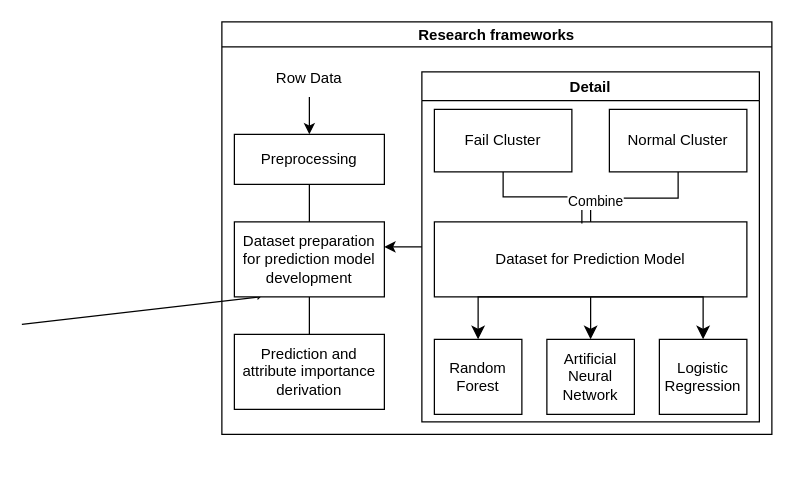
The draw.io diagram 제목 없는 다이어그램.drawio in likelion-hakerton-11th/back_end, before the edit. Source tidied: cells renumbered, new cells numbered last; positions are measured from the earlier drawing's top-left corner, leaving out a move shared by most shapes. Both pictures are drawn from the tidied source at 125%, with x=0, y=0 at pixel (21, 21).
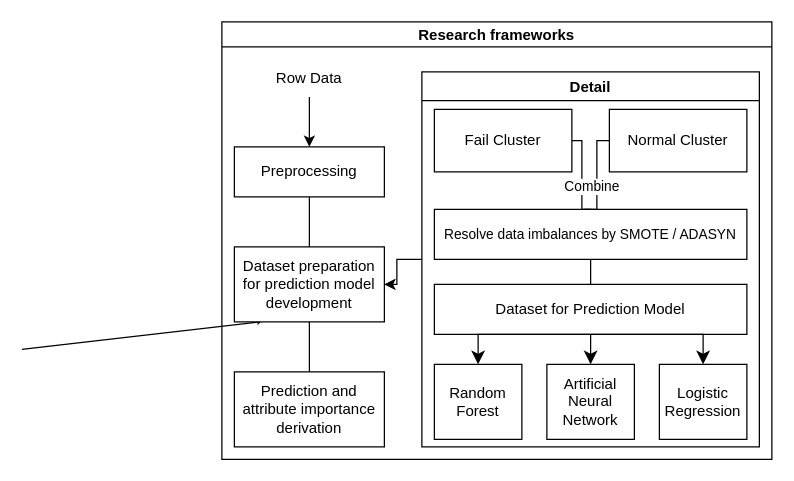
Above is the later version.

Commit message:
종합설계1_Research Framework

The change refers to these unchanged cells:
```xml
<mxCell id="15" value="Fail Cluster" style="whiteSpace=wrap;html=1;align=center;newEdgeStyle={&quot;edgeStyle&quot;:&quot;elbowEdgeStyle&quot;,&quot;startArrow&quot;:&quot;none&quot;,&quot;endArrow&quot;:&quot;none&quot;};" parent="13" vertex="1">
  <mxGeometry x="10" y="30" width="110" height="50" as="geometry" />
</mxCell>
<mxCell id="16" value="Normal Cluster" style="whiteSpace=wrap;html=1;align=center;newEdgeStyle={&quot;edgeStyle&quot;:&quot;elbowEdgeStyle&quot;,&quot;startArrow&quot;:&quot;none&quot;,&quot;endArrow&quot;:&quot;none&quot;};" parent="13" vertex="1">
  <mxGeometry x="150" y="30" width="110" height="50" as="geometry" />
</mxCell>
```

The edit, as a diff of the source:
```diff
@@
     <mxCell id="2" style="endArrow=none;html=1;rounded=0;entryX=0.225;entryY=-0.192;entryDx=0;entryDy=0;entryPerimeter=0;" parent="1" edge="1">
       <mxGeometry relative="1" as="geometry">
-        <mxPoint x="188.5" y="222" as="sourcePoint" />
-        <mxPoint x="240" y="170" as="targetPoint" />
+        <mxPoint x="188.5" y="242" as="sourcePoint" />
+        <mxPoint x="240" y="190" as="targetPoint" />
       </mxGeometry>
     </mxCell>
     <mxCell id="3" style="endArrow=none;html=1;rounded=0;entryX=0.875;entryY=1.063;entryDx=0;entryDy=0;entryPerimeter=0;" parent="1" edge="1">
       <mxGeometry relative="1" as="geometry">
-        <mxPoint x="190" y="220" as="sourcePoint" />
-        <mxPoint y="242" as="targetPoint" />
+        <mxPoint x="190" y="240" as="sourcePoint" />
+        <mxPoint y="262" as="targetPoint" />
       </mxGeometry>
     </mxCell>
     <mxCell id="4" value="Research frameworks" style="swimlane;startSize=20;horizontal=1;containerType=tree;" parent="1" vertex="1">
-      <mxGeometry x="160" width="440" height="330" as="geometry" />
+      <mxGeometry x="160" width="440" height="350" as="geometry" />
     </mxCell>
@@
     <mxCell id="6" value="Preprocessing" style="whiteSpace=wrap;html=1;newEdgeStyle={&quot;edgeStyle&quot;:&quot;elbowEdgeStyle&quot;,&quot;startArrow&quot;:&quot;none&quot;,&quot;endArrow&quot;:&quot;none&quot;};" parent="4" vertex="1">
-      <mxGeometry x="10" y="90" width="120" height="40" as="geometry" />
+      <mxGeometry x="10" y="100" width="120" height="40" as="geometry" />
     </mxCell>
@@
     <mxCell id="8" value="Dataset preparation for prediction model development" style="whiteSpace=wrap;html=1;newEdgeStyle={&quot;edgeStyle&quot;:&quot;elbowEdgeStyle&quot;,&quot;startArrow&quot;:&quot;none&quot;,&quot;endArrow&quot;:&quot;none&quot;};" parent="4" vertex="1">
-      <mxGeometry x="10" y="160" width="120" height="60" as="geometry" />
+      <mxGeometry x="10" y="180" width="120" height="60" as="geometry" />
     </mxCell>
     <mxCell id="9" value="Prediction and attribute importance derivation" style="whiteSpace=wrap;html=1;newEdgeStyle={&quot;edgeStyle&quot;:&quot;elbowEdgeStyle&quot;,&quot;startArrow&quot;:&quot;none&quot;,&quot;endArrow&quot;:&quot;none&quot;};" parent="4" vertex="1">
-      <mxGeometry x="10" y="250" width="120" height="60" as="geometry" />
+      <mxGeometry x="10" y="280" width="120" height="60" as="geometry" />
     </mxCell>
@@
-    <mxCell id="12" style="edgeStyle=orthogonalEdgeStyle;rounded=0;jettySize=auto;html=1;" parent="4" edge="1" source="13">
-      <mxGeometry relative="1" as="geometry">
-        <mxPoint x="130" y="180" as="targetPoint" />
-      </mxGeometry>
+    <mxCell id="12" style="edgeStyle=orthogonalEdgeStyle;rounded=0;jettySize=auto;html=1;entryX=1;entryY=0.5;entryDx=0;entryDy=0;" parent="4" edge="1" source="13" target="8">
+      <mxGeometry relative="1" as="geometry" />
     </mxCell>
     <mxCell id="13" value="Detail" style="swimlane;" parent="4" vertex="1">
-      <mxGeometry x="160" y="40" width="270" height="280" as="geometry" />
+      <mxGeometry x="160" y="40" width="270" height="300" as="geometry" />
     </mxCell>
-    <mxCell id="14" style="edgeStyle=elbowEdgeStyle;rounded=0;jettySize=auto;html=1;startArrow=none;endArrow=none;entryX=0.5;entryY=0;entryDx=0;entryDy=0;elbow=vertical;" parent="13" edge="1" source="15" target="17">
-      <mxGeometry relative="1" as="geometry" />
-    </mxCell>
+    <mxCell id="26" style="edgeStyle=elbowEdgeStyle;rounded=0;jettySize=auto;html=1;startArrow=none;endArrow=none;entryX=0.5;entryY=0;entryDx=0;entryDy=0;" parent="13" edge="1" source="15" target="29">
+      <mxGeometry relative="1" as="geometry" />
+    </mxCell>
@@
+    <mxCell id="27" style="edgeStyle=elbowEdgeStyle;rounded=0;jettySize=auto;html=1;startArrow=none;endArrow=none;" parent="13" edge="1" source="16">
+      <mxGeometry relative="1" as="geometry">
+        <mxPoint x="130" y="110" as="targetPoint" />
+      </mxGeometry>
+    </mxCell>
+    <mxCell id="19" value="Combine" style="edgeLabel;html=1;align=center;verticalAlign=middle;" parent="27" vertex="1">
+      <mxGeometry x="0.4" y="-1" relative="1" as="geometry">
+        <mxPoint x="-4" y="-7" as="offset" />
+      </mxGeometry>
+    </mxCell>
@@
     <mxCell id="17" value="Dataset for Prediction Model" style="whiteSpace=wrap;html=1;align=center;newEdgeStyle={&quot;edgeStyle&quot;:&quot;elbowEdgeStyle&quot;,&quot;startArrow&quot;:&quot;none&quot;,&quot;endArrow&quot;:&quot;none&quot;};" parent="13" vertex="1">
-      <mxGeometry x="10" y="120" width="250" height="60" as="geometry" />
+      <mxGeometry x="10" y="170" width="250" height="40" as="geometry" />
     </mxCell>
-    <mxCell id="18" style="edgeStyle=elbowEdgeStyle;rounded=0;jettySize=auto;html=1;startArrow=none;endArrow=none;entryX=0.472;entryY=0.022;entryDx=0;entryDy=0;entryPerimeter=0;elbow=vertical;" parent="13" edge="1" source="16" target="17">
-      <mxGeometry relative="1" as="geometry" />
-    </mxCell>
-    <mxCell id="19" value="Combine" style="edgeLabel;html=1;align=center;verticalAlign=middle;" parent="18" vertex="1">
-      <mxGeometry x="0.48" y="2" relative="1" as="geometry" />
-    </mxCell>
     <mxCell id="20" value="Random Forest" style="whiteSpace=wrap;html=1;align=center;newEdgeStyle={&quot;edgeStyle&quot;:&quot;elbowEdgeStyle&quot;,&quot;startArrow&quot;:&quot;none&quot;,&quot;endArrow&quot;:&quot;none&quot;};" parent="13" vertex="1">
-      <mxGeometry x="10" y="214" width="70" height="60" as="geometry" />
+      <mxGeometry x="10" y="234" width="70" height="60" as="geometry" />
     </mxCell>
     <mxCell id="21" value="Artificial Neural Network" style="whiteSpace=wrap;html=1;align=center;newEdgeStyle={&quot;edgeStyle&quot;:&quot;elbowEdgeStyle&quot;,&quot;startArrow&quot;:&quot;none&quot;,&quot;endArrow&quot;:&quot;none&quot;};" parent="13" vertex="1">
-      <mxGeometry x="100" y="214" width="70" height="60" as="geometry" />
+      <mxGeometry x="100" y="234" width="70" height="60" as="geometry" />
     </mxCell>
     <mxCell id="22" value="Logistic Regression" style="whiteSpace=wrap;html=1;align=center;newEdgeStyle={&quot;edgeStyle&quot;:&quot;elbowEdgeStyle&quot;,&quot;startArrow&quot;:&quot;none&quot;,&quot;endArrow&quot;:&quot;none&quot;};" parent="13" vertex="1">
-      <mxGeometry x="190" y="214" width="70" height="60" as="geometry" />
+      <mxGeometry x="190" y="234" width="70" height="60" as="geometry" />
     </mxCell>
@@
+    <mxCell id="28" style="edgeStyle=elbowEdgeStyle;rounded=0;jettySize=auto;html=1;startArrow=none;endArrow=none;entryX=0.5;entryY=0;entryDx=0;entryDy=0;" parent="13" edge="1" source="29" target="17">
+      <mxGeometry relative="1" as="geometry" />
+    </mxCell>
+    <mxCell id="29" value="&lt;font style=&quot;font-size: 11px;&quot;&gt;Resolve data imbalances by SMOTE / ADASYN&lt;/font&gt;" style="whiteSpace=wrap;html=1;align=center;newEdgeStyle={&quot;edgeStyle&quot;:&quot;elbowEdgeStyle&quot;,&quot;startArrow&quot;:&quot;none&quot;,&quot;endArrow&quot;:&quot;none&quot;};" parent="13" vertex="1">
+      <mxGeometry x="10" y="110" width="250" height="40" as="geometry" />
+    </mxCell>
```
